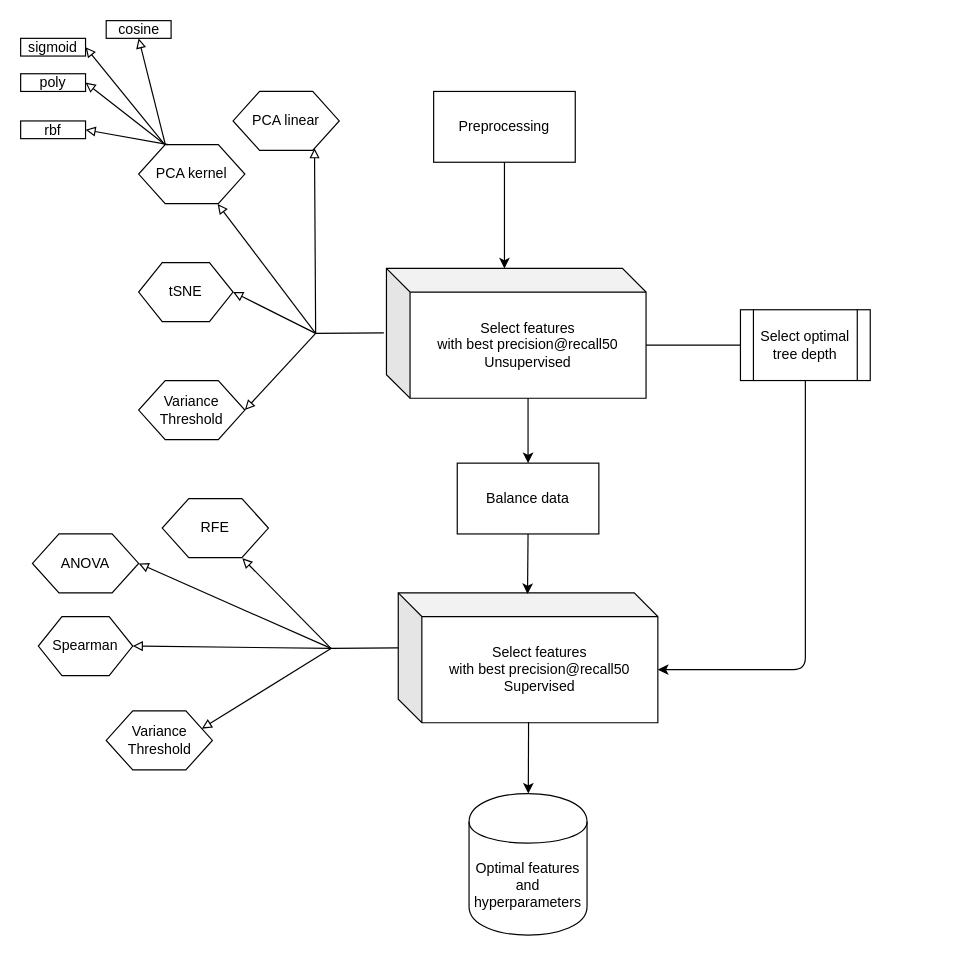
Before: Files/feature-selection-flow.drawio in mohamedhozayen/Protein-Lysine-Methaylation-Classification, a draw.io diagram. Source tidied: cells renumbered, new cells numbered last; positions are measured from the earlier drawing's top-left corner, leaving out a move shared by most shapes. Both pictures are drawn from the tidied source at 118%, with x=0, y=0 at pixel (20, 20).
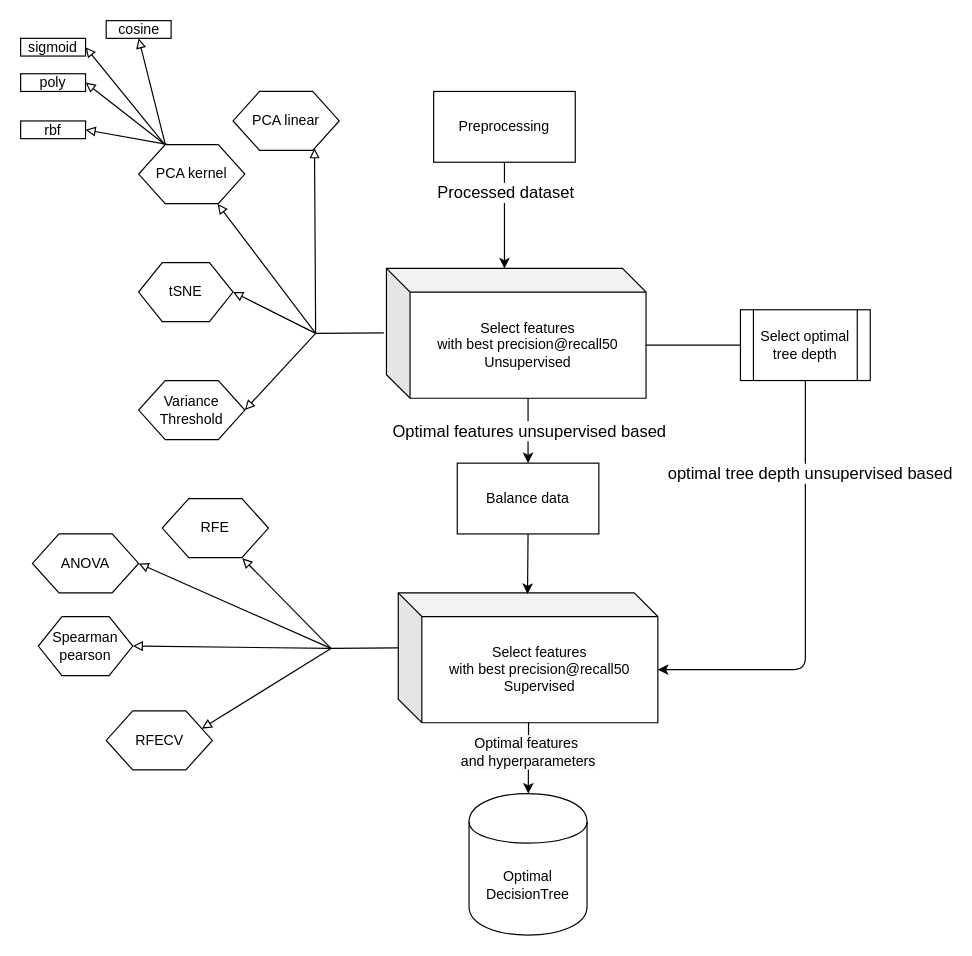
The same diagram, later.

Commit message (it also covers changes not shown here):
optimal feature supervised v2.0

Unchanged cells that the change refers to:
```xml
<mxCell id="15" style="endArrow=classic;html=1;exitX=0.5;exitY=1;exitDx=0;exitDy=0;entryX=0;entryY=0;entryDx=100;entryDy=0;entryPerimeter=0;" parent="1" edge="1" source="2" target="3">
  <mxGeometry relative="1" as="geometry" />
</mxCell>
<mxCell id="17" style="endArrow=classic;html=1;entryX=0.5;entryY=0;entryDx=0;entryDy=0;exitX=0;exitY=0;exitDx=120;exitDy=110;exitPerimeter=0;" parent="1" edge="1" source="3" target="16">
  <mxGeometry relative="1" as="geometry" />
</mxCell>
<mxCell id="20" style="endArrow=classic;html=1;exitX=0.5;exitY=1;exitDx=0;exitDy=0;entryX=0;entryY=0;entryDx=220;entryDy=65;entryPerimeter=0;" parent="1" edge="1" source="13" target="18">
  <mxGeometry relative="1" as="geometry">
    <Array as="points">
      <mxPoint x="665" y="550" />
    </Array>
  </mxGeometry>
</mxCell>
<mxCell id="39" style="endArrow=classic;html=1;exitX=0.502;exitY=0.995;exitDx=0;exitDy=0;exitPerimeter=0;" parent="1" edge="1" source="18" target="38">
  <mxGeometry relative="1" as="geometry" />
</mxCell>
```

The edit, as a diff of the source:
```diff
@@
+    <mxCell id="40" value="&lt;font style=&quot;font-size: 14px&quot;&gt;Processed dataset&lt;/font&gt;" style="text;html=1;align=center;verticalAlign=middle;labelBackgroundColor=#ffffff;" parent="15" vertex="1">
+      <mxGeometry x="-0.44" relative="1" as="geometry" />
+    </mxCell>
@@
+    <mxCell id="41" value="&lt;font style=&quot;font-size: 14px&quot;&gt;Optimal features unsupervised based&lt;/font&gt;" style="text;html=1;align=center;verticalAlign=middle;labelBackgroundColor=#ffffff;" parent="17" vertex="1">
+      <mxGeometry x="-0.45" y="2" relative="1" as="geometry">
+        <mxPoint x="-2" y="12.5" as="offset" />
+      </mxGeometry>
+    </mxCell>
@@
+    <mxCell id="42" value="&lt;font style=&quot;font-size: 14px&quot;&gt;optimal tree depth unsupervised based&lt;/font&gt;" style="text;html=1;align=center;verticalAlign=middle;labelBackgroundColor=#ffffff;" parent="20" vertex="1">
+      <mxGeometry x="-0.58" y="3" relative="1" as="geometry" />
+    </mxCell>
-    <mxCell id="21" value="Spearman" style="shape=hexagon;perimeter=hexagonPerimeter2;whiteSpace=wrap;html=1;" parent="1" vertex="1">
+    <mxCell id="21" value="Spearman&lt;br&gt;pearson" style="shape=hexagon;perimeter=hexagonPerimeter2;whiteSpace=wrap;html=1;" parent="1" vertex="1">
       <mxGeometry x="15" y="505" width="80" height="50" as="geometry" />
     </mxCell>
@@
-    <mxCell id="23" value="Variance Threshold" style="shape=hexagon;perimeter=hexagonPerimeter2;whiteSpace=wrap;html=1;" parent="1" vertex="1">
+    <mxCell id="23" value="RFECV" style="shape=hexagon;perimeter=hexagonPerimeter2;whiteSpace=wrap;html=1;" parent="1" vertex="1">
       <mxGeometry x="72.5" y="585" width="90" height="50" as="geometry" />
     </mxCell>
@@
-    <mxCell id="38" value="Optimal features&lt;br&gt;and&lt;br&gt;hyperparameters" style="shape=cylinder;whiteSpace=wrap;html=1;boundedLbl=1;backgroundOutline=1;" parent="1" vertex="1">
+    <mxCell id="38" value="Optimal&lt;br&gt;DecisionTree" style="shape=cylinder;whiteSpace=wrap;html=1;boundedLbl=1;backgroundOutline=1;" parent="1" vertex="1">
       <mxGeometry x="380" y="655" width="100" height="120" as="geometry" />
     </mxCell>
@@
+    <mxCell id="43" value="&lt;span style=&quot;white-space: normal ; background-color: rgb(248 , 249 , 250)&quot;&gt;Optimal features&amp;nbsp;&lt;br&gt;&lt;/span&gt;&lt;span style=&quot;white-space: normal ; background-color: rgb(248 , 249 , 250)&quot;&gt;and&amp;nbsp;&lt;/span&gt;&lt;span style=&quot;white-space: normal ; background-color: rgb(248 , 249 , 250)&quot;&gt;hyperparameters&lt;/span&gt;" style="text;html=1;align=center;verticalAlign=middle;labelBackgroundColor=#ffffff;" parent="39" vertex="1">
+      <mxGeometry x="-0.29" y="-1" relative="1" as="geometry">
+        <mxPoint x="0.5" y="4" as="offset" />
+      </mxGeometry>
+    </mxCell>
```
